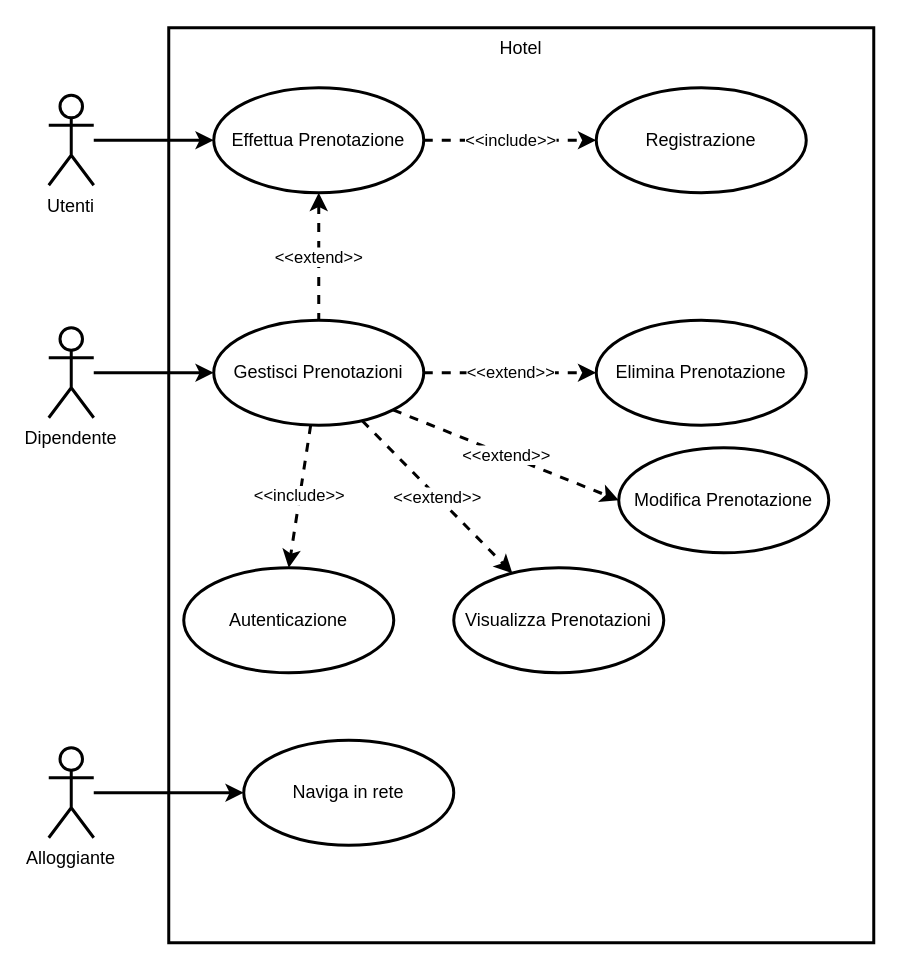
This is UML Diagram/Booking.drawio from Gr3it/School-Elaborate, a draw.io file, before an edit. Source tidied: cells renumbered, new cells numbered last; positions are measured from the earlier drawing's top-left corner, leaving out a move shared by most shapes. Both pictures are drawn from the tidied source at 150%, with x=0, y=0 at pixel (48, 27).
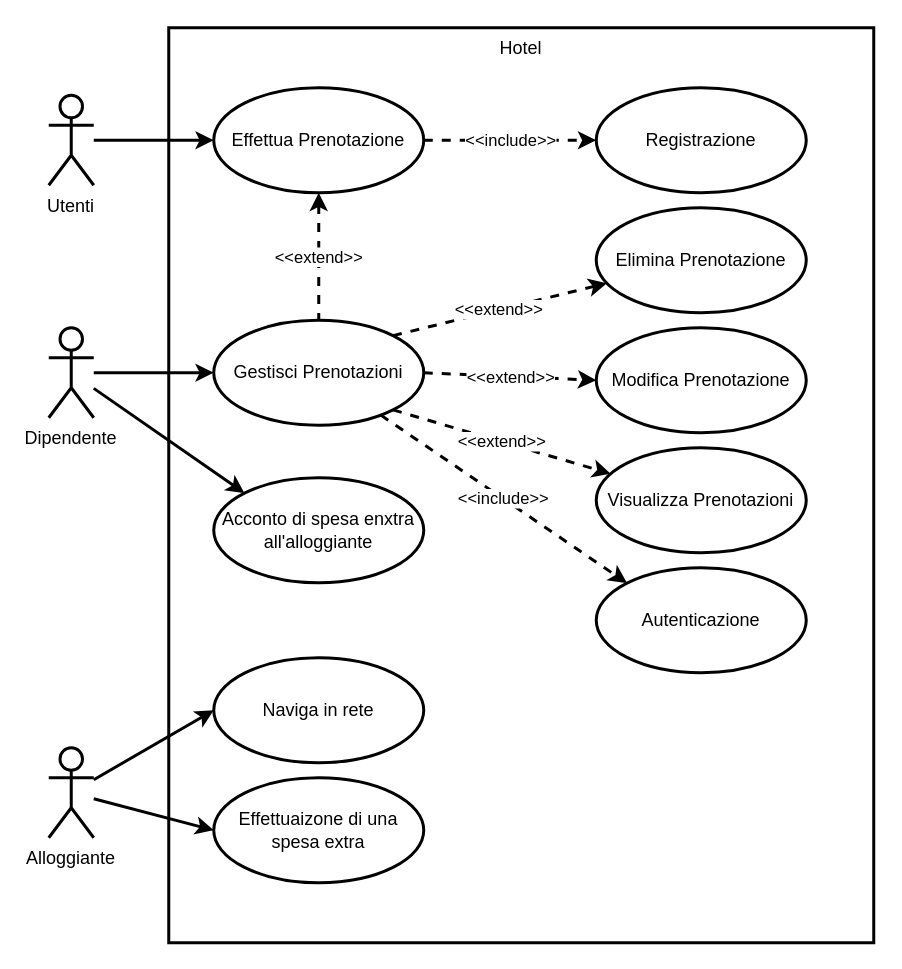
The same diagram, later.

The change refers to these unchanged cells:
```xml
<mxCell id="6" value="Dipendente" style="shape=umlActor;verticalLabelPosition=bottom;verticalAlign=top;html=1;strokeWidth=2;fontStyle=0;whiteSpace=wrap;" parent="1" vertex="1">
  <mxGeometry y="200" width="30" height="60" as="geometry" />
</mxCell>
<mxCell id="16" value="Gestisci Prenotazioni" style="ellipse;whiteSpace=wrap;html=1;strokeWidth=2;fontStyle=0;" parent="1" vertex="1">
  <mxGeometry x="110" y="195" width="140" height="70" as="geometry" />
</mxCell>
<mxCell id="20" value="Alloggiante" style="shape=umlActor;verticalLabelPosition=bottom;verticalAlign=top;html=1;strokeWidth=2;fontStyle=0;whiteSpace=wrap;" parent="1" vertex="1">
  <mxGeometry y="480" width="30" height="60" as="geometry" />
</mxCell>
```

What changed in the source:
```diff
@@
+    <mxCell id="23" style="edgeStyle=none;rounded=0;jettySize=auto;html=1;entryX=0;entryY=0;entryDx=0;entryDy=0;strokeWidth=2;" parent="1" edge="1" source="6" target="25">
+      <mxGeometry relative="1" as="geometry" />
+    </mxCell>
@@
     <mxCell id="11" value="Elimina Prenotazione" style="ellipse;whiteSpace=wrap;html=1;strokeWidth=2;fontStyle=0;" parent="1" vertex="1">
-      <mxGeometry x="365" y="195" width="140" height="70" as="geometry" />
+      <mxGeometry x="365" y="120" width="140" height="70" as="geometry" />
     </mxCell>
-    <mxCell id="12" value="&amp;lt;&amp;lt;extend&amp;gt;&amp;gt;" style="edgeStyle=orthogonalEdgeStyle;rounded=0;jettySize=auto;html=1;dashed=1;startArrow=none;startFill=0;endArrow=classic;endFill=1;strokeWidth=2;fontStyle=0;" parent="1" edge="1" source="16" target="11">
+    <mxCell id="12" value="&amp;lt;&amp;lt;extend&amp;gt;&amp;gt;" style="rounded=0;jettySize=auto;html=1;dashed=1;startArrow=none;startFill=0;endArrow=classic;endFill=1;strokeWidth=2;fontStyle=0;exitX=1;exitY=0;exitDx=0;exitDy=0;" parent="1" edge="1" source="16" target="11">
       <mxGeometry relative="1" as="geometry" />
     </mxCell>
-    <mxCell id="13" value="&amp;lt;&amp;lt;extend&amp;gt;&amp;gt;" style="rounded=0;jettySize=auto;html=1;exitX=1;exitY=1;exitDx=0;exitDy=0;entryX=0;entryY=0.5;entryDx=0;entryDy=0;dashed=1;startArrow=none;startFill=0;endArrow=classic;endFill=1;strokeWidth=2;fontStyle=0;" parent="1" edge="1" source="16" target="17">
+    <mxCell id="13" value="&amp;lt;&amp;lt;extend&amp;gt;&amp;gt;" style="rounded=0;jettySize=auto;html=1;exitX=1;exitY=0.5;exitDx=0;exitDy=0;entryX=0;entryY=0.5;entryDx=0;entryDy=0;dashed=1;startArrow=none;startFill=0;endArrow=classic;endFill=1;strokeWidth=2;fontStyle=0;" parent="1" edge="1" source="16" target="17">
       <mxGeometry relative="1" as="geometry" />
     </mxCell>
-    <mxCell id="14" value="&amp;lt;&amp;lt;extend&amp;gt;&amp;gt;" style="edgeStyle=none;rounded=0;jettySize=auto;html=1;exitX=0.707;exitY=0.957;exitDx=0;exitDy=0;dashed=1;startArrow=none;startFill=0;endArrow=classic;endFill=1;exitPerimeter=0;strokeWidth=2;fontStyle=0;" parent="1" edge="1" source="16" target="18">
+    <mxCell id="14" value="&amp;lt;&amp;lt;extend&amp;gt;&amp;gt;" style="edgeStyle=none;rounded=0;jettySize=auto;html=1;exitX=1;exitY=1;exitDx=0;exitDy=0;dashed=1;startArrow=none;startFill=0;endArrow=classic;endFill=1;strokeWidth=2;fontStyle=0;" parent="1" edge="1" source="16" target="18">
       <mxGeometry relative="1" as="geometry" />
     </mxCell>
-    <mxCell id="15" value="&amp;lt;&amp;lt;include&amp;gt;&amp;gt;" style="edgeStyle=none;rounded=0;jettySize=auto;html=1;entryX=0.5;entryY=0;entryDx=0;entryDy=0;startArrow=none;startFill=0;endArrow=classic;endFill=1;dashed=1;strokeWidth=2;fontStyle=0;" parent="1" edge="1" source="16" target="22">
+    <mxCell id="15" value="&amp;lt;&amp;lt;include&amp;gt;&amp;gt;" style="edgeStyle=none;rounded=0;jettySize=auto;html=1;entryX=0;entryY=0;entryDx=0;entryDy=0;startArrow=none;startFill=0;endArrow=classic;endFill=1;dashed=1;strokeWidth=2;fontStyle=0;" parent="1" edge="1" source="16" target="22">
       <mxGeometry relative="1" as="geometry" />
     </mxCell>
@@
     <mxCell id="17" value="Modifica Prenotazione" style="ellipse;whiteSpace=wrap;html=1;strokeWidth=2;fontStyle=0;" parent="1" vertex="1">
-      <mxGeometry x="380" y="280" width="140" height="70" as="geometry" />
+      <mxGeometry x="365" y="200" width="140" height="70" as="geometry" />
     </mxCell>
     <mxCell id="18" value="Visualizza Prenotazioni" style="ellipse;whiteSpace=wrap;html=1;strokeWidth=2;fontStyle=0;" parent="1" vertex="1">
-      <mxGeometry x="270" y="360" width="140" height="70" as="geometry" />
+      <mxGeometry x="365" y="280" width="140" height="70" as="geometry" />
     </mxCell>
@@
+    <mxCell id="24" style="edgeStyle=none;rounded=0;jettySize=auto;html=1;entryX=0;entryY=0.5;entryDx=0;entryDy=0;strokeWidth=2;" parent="1" edge="1" source="20" target="26">
+      <mxGeometry relative="1" as="geometry" />
+    </mxCell>
@@
     <mxCell id="21" value="Naviga in rete" style="ellipse;whiteSpace=wrap;html=1;strokeWidth=2;fontStyle=0;" parent="1" vertex="1">
-      <mxGeometry x="130" y="475" width="140" height="70" as="geometry" />
+      <mxGeometry x="110" y="420" width="140" height="70" as="geometry" />
     </mxCell>
     <mxCell id="22" value="Autenticazione" style="ellipse;whiteSpace=wrap;html=1;strokeWidth=2;fontStyle=0;" parent="1" vertex="1">
-      <mxGeometry x="90" y="360" width="140" height="70" as="geometry" />
+      <mxGeometry x="365" y="360" width="140" height="70" as="geometry" />
     </mxCell>
+    <mxCell id="25" value="Acconto di spesa enxtra all'alloggiante" style="ellipse;whiteSpace=wrap;html=1;strokeWidth=2;" parent="1" vertex="1">
+      <mxGeometry x="110" y="300" width="140" height="70" as="geometry" />
+    </mxCell>
+    <mxCell id="26" value="Effettuaizone di una spesa extra" style="ellipse;whiteSpace=wrap;html=1;strokeWidth=2;" parent="1" vertex="1">
+      <mxGeometry x="110" y="500" width="140" height="70" as="geometry" />
+    </mxCell>
```
